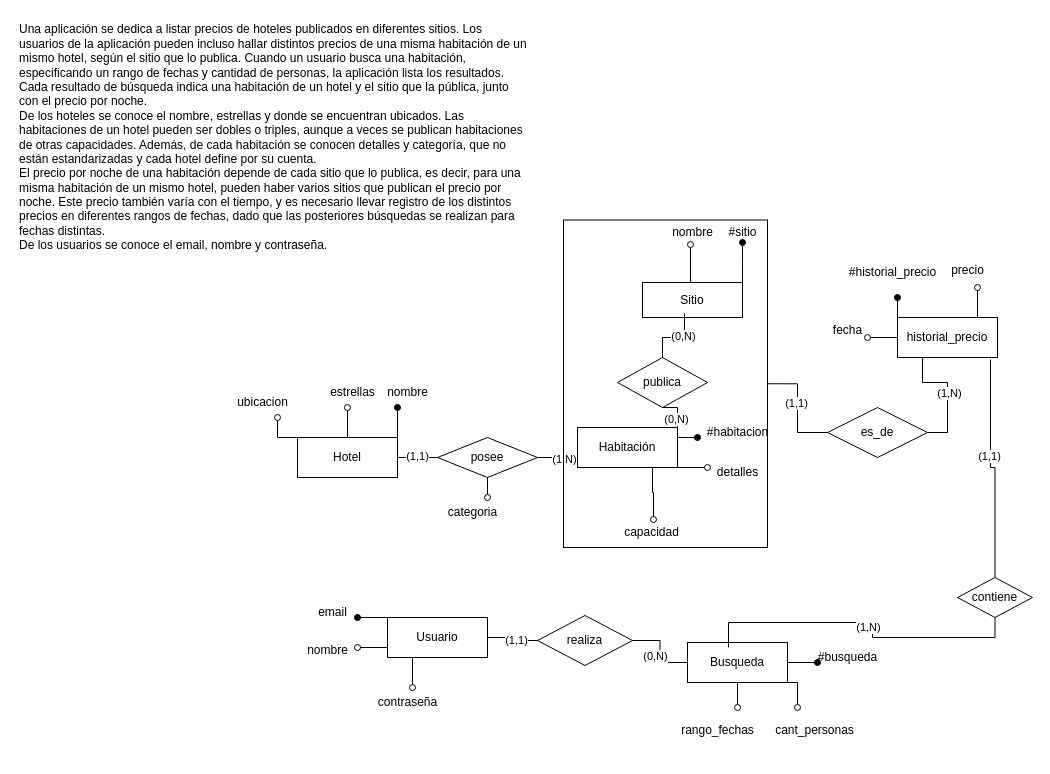
Earlier version of the draw.io diagram Practicas-Resueltas/Practica-1/Ejercicio10Parte2.drawio (massimoparzanese/Bases-de-Datos-1-2025). Source tidied: cells renumbered, new cells numbered last; positions are measured from the earlier drawing's top-left corner, leaving out a move shared by most shapes. Both pictures are drawn from the tidied source at 100%, with x=0, y=0 at pixel (17, 17).
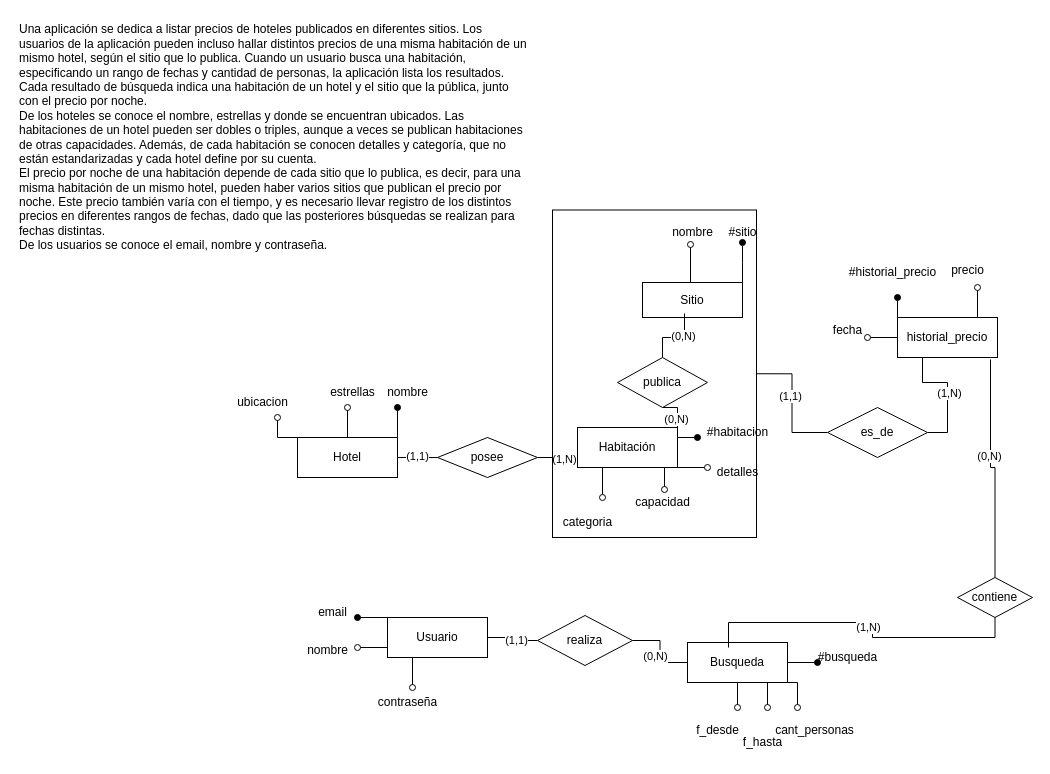
The same diagram, later.

Unchanged cells that the change refers to:
```xml
<mxCell id="12" value="Habitación" style="whiteSpace=wrap;html=1;align=center;" parent="1" vertex="1">
  <mxGeometry x="560" y="410" width="100" height="40" as="geometry" />
</mxCell>
<mxCell id="27" value="posee" style="shape=rhombus;perimeter=rhombusPerimeter;whiteSpace=wrap;html=1;align=center;" parent="1" vertex="1">
  <mxGeometry x="420" y="420" width="100" height="40" as="geometry" />
</mxCell>
<mxCell id="54" value="Busqueda" style="whiteSpace=wrap;html=1;align=center;" parent="1" vertex="1">
  <mxGeometry x="670" y="625" width="100" height="40" as="geometry" />
</mxCell>
<mxCell id="60" style="edgeStyle=orthogonalEdgeStyle;rounded=0;jettySize=auto;html=1;exitX=0.5;exitY=0;exitDx=0;exitDy=0;entryX=0.93;entryY=1.05;entryDx=0;entryDy=0;endArrow=none;endFill=0;entryPerimeter=0;" parent="1" edge="1" source="62" target="42">
  <mxGeometry relative="1" as="geometry" />
</mxCell>
```

Diff of the diagram source:
```diff
@@
+    <mxCell id="71" style="edgeStyle=orthogonalEdgeStyle;rounded=0;jettySize=auto;html=1;exitX=0.25;exitY=1;exitDx=0;exitDy=0;endArrow=oval;endFill=0;" parent="1" edge="1" source="12">
+      <mxGeometry relative="1" as="geometry">
+        <mxPoint x="585" y="480" as="targetPoint" />
+      </mxGeometry>
+    </mxCell>
@@
-    <mxCell id="26" style="edgeStyle=orthogonalEdgeStyle;rounded=0;jettySize=auto;html=1;exitX=0.5;exitY=1;exitDx=0;exitDy=0;endArrow=oval;endFill=0;" parent="1" edge="1" source="27">
-      <mxGeometry relative="1" as="geometry">
-        <mxPoint x="470" y="480" as="targetPoint" />
-      </mxGeometry>
-    </mxCell>
@@
     <mxCell id="38" value="capacidad" style="text;html=1;align=center;verticalAlign=middle;points=[];strokeColor=none;fillColor=none;" parent="1" vertex="1">
-      <mxGeometry x="594" y="500" width="80" height="30" as="geometry" />
+      <mxGeometry x="605" y="470" width="80" height="30" as="geometry" />
     </mxCell>
@@
-    <mxCell id="61" value="(1,1)" style="edgeLabel;html=1;align=center;verticalAlign=middle;" parent="60" vertex="1">
+    <mxCell id="61" value="(0,N)" style="edgeLabel;html=1;align=center;verticalAlign=middle;" parent="60" vertex="1">
       <mxGeometry x="0.13" y="2" relative="1" as="geometry" />
     </mxCell>
@@
-    <mxCell id="66" value="rango_fechas" style="text;html=1;align=center;verticalAlign=middle;strokeColor=none;fillColor=none;" parent="1" vertex="1">
-      <mxGeometry x="650" y="698" width="100" height="30" as="geometry" />
+    <mxCell id="66" value="f_desde" style="text;html=1;align=center;verticalAlign=middle;strokeColor=none;fillColor=none;" parent="1" vertex="1">
+      <mxGeometry x="665" y="698" width="70" height="30" as="geometry" />
     </mxCell>
@@
-    <mxCell id="68" value="categoria" style="text;html=1;align=center;verticalAlign=middle;strokeColor=none;fillColor=none;" parent="1" vertex="1">
-      <mxGeometry x="420" y="480" width="70" height="30" as="geometry" />
-    </mxCell>
@@
     <mxCell id="70" style="rounded=0;whiteSpace=wrap;html=1;fillColor=none;" parent="1" vertex="1">
-      <mxGeometry x="546" y="202.5" width="204" height="327.5" as="geometry" />
+      <mxGeometry x="535" y="192.5" width="204" height="327.5" as="geometry" />
     </mxCell>
+    <mxCell id="72" value="f_hasta" style="text;html=1;align=center;verticalAlign=middle;strokeColor=none;fillColor=none;" parent="1" vertex="1">
+      <mxGeometry x="715" y="710" width="60" height="30" as="geometry" />
+    </mxCell>
+    <mxCell id="73" style="edgeStyle=orthogonalEdgeStyle;rounded=0;jettySize=auto;html=1;exitX=0.75;exitY=1;exitDx=0;exitDy=0;endArrow=oval;endFill=0;" parent="1" edge="1" source="54">
+      <mxGeometry relative="1" as="geometry">
+        <mxPoint x="750" y="690" as="targetPoint" />
+      </mxGeometry>
+    </mxCell>
+    <mxCell id="68" value="categoria" style="text;html=1;align=center;verticalAlign=middle;strokeColor=none;fillColor=none;" parent="1" vertex="1">
+      <mxGeometry x="535" y="490" width="70" height="30" as="geometry" />
+    </mxCell>
```
